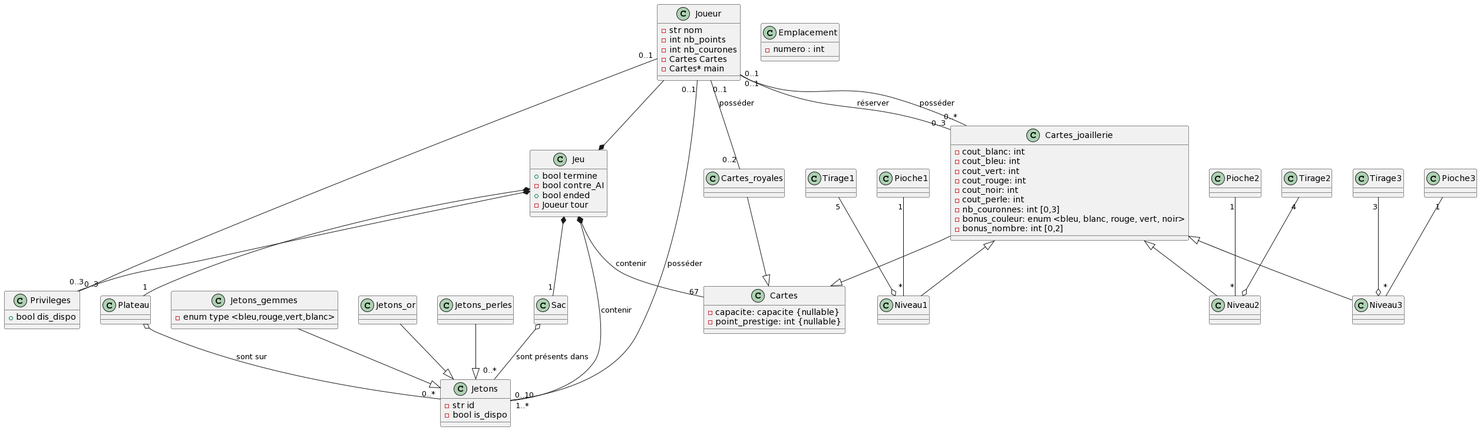
AubinVert/SplendorDuel keeps this PlantUML diagram as UML.png. Above is the earlier version.
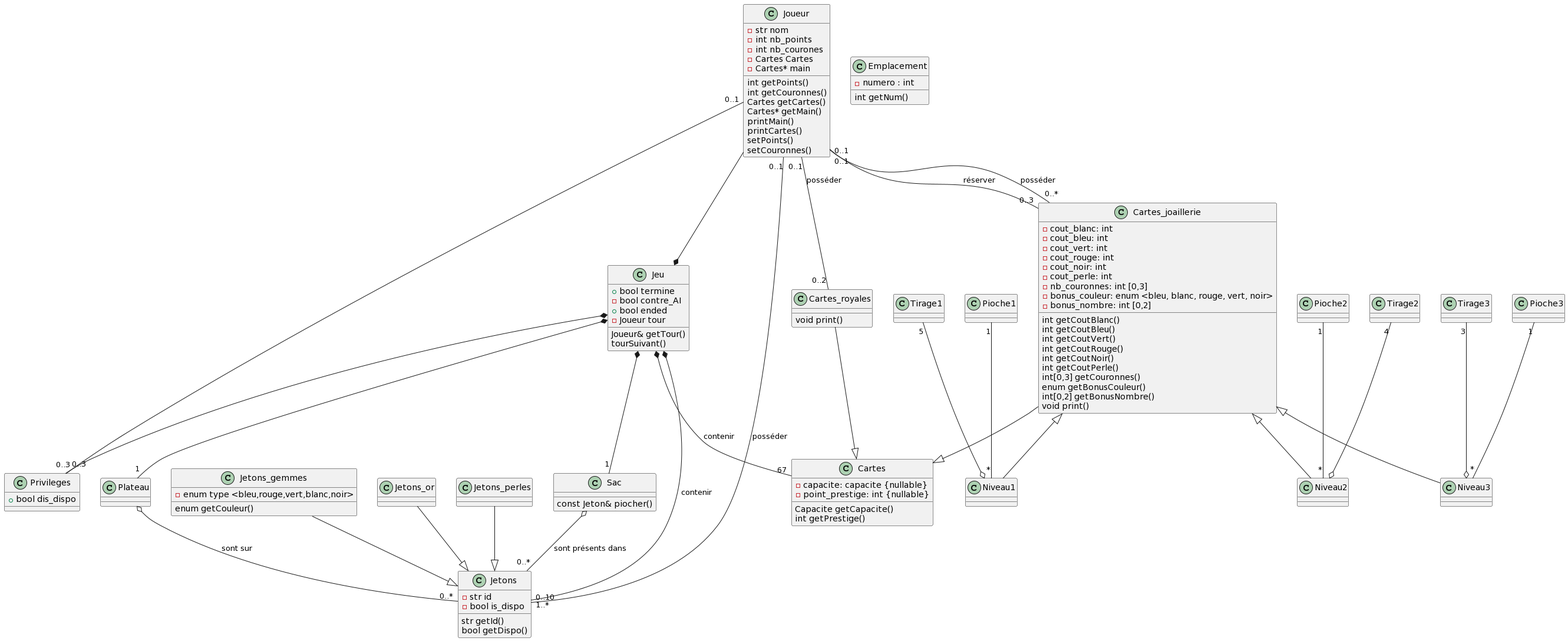
Later version of the same file.

Commit message:
Ajout méthodes de classes

Diff of the diagram source:
```diff
@@ -29,7 +29,7 @@
 }
 
 class Jetons_gemmes{
-  -enum type <bleu,rouge,vert,blanc>
+  -enum type <bleu,rouge,vert,blanc,noir>
 }
 
 class Jetons_or{
@@ -135,4 +135,33 @@
   Jetons_or --^ Jetons
   Jetons_gemmes --^ Jetons
   Jetons_perles --^ Jetons
+
+  Jetons : str getId()
+  Jetons : bool getDispo()
+  Joueur : int getPoints()
+  Joueur : int getCouronnes()
+  Joueur : Cartes getCartes()
+  Joueur : Cartes* getMain()
+  Joueur : printMain()
+  Joueur : printCartes()
+  Joueur : setPoints()
+  Joueur : setCouronnes()
+  Cartes : Capacite getCapacite()
+  Cartes : int getPrestige()
+  Cartes_joaillerie : int getCoutBlanc()
+  Cartes_joaillerie : int getCoutBleu()
+  Cartes_joaillerie : int getCoutVert()
+  Cartes_joaillerie : int getCoutRouge()
+  Cartes_joaillerie : int getCoutNoir()
+  Cartes_joaillerie : int getCoutPerle()
+  Cartes_joaillerie : int[0,3] getCouronnes()
+  Cartes_joaillerie : enum getBonusCouleur()
+  Cartes_joaillerie : int[0,2] getBonusNombre()
+  Cartes_joaillerie : void print()
+  Cartes_royales : void print()
+  Emplacement : int getNum()
+  Jeu : Joueur& getTour()
+  Jeu : tourSuivant()
+  Jetons_gemmes : enum getCouleur()
+  Sac : const Jeton& piocher()
 @enduml
```
